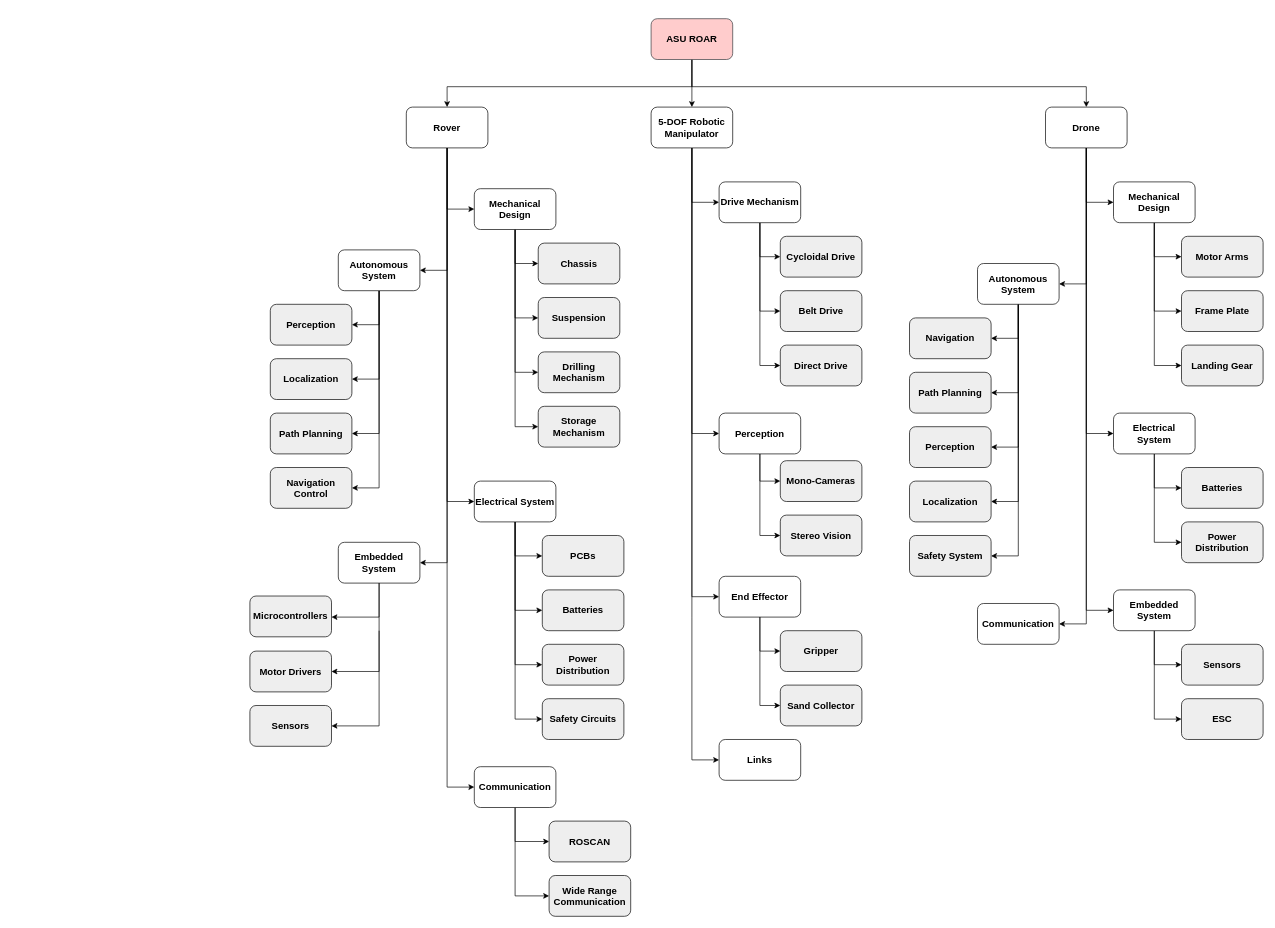
Above: product-tree.drawio in ASU-ROAR-Team/preliminary-report-diagrams (draw.io), before the change. Source tidied: cells renumbered, new cells numbered last; positions are measured from the earlier drawing's top-left corner, leaving out a move shared by most shapes. Both pictures are drawn from the tidied source at 68%, with x=0, y=0 at pixel (250, 18).
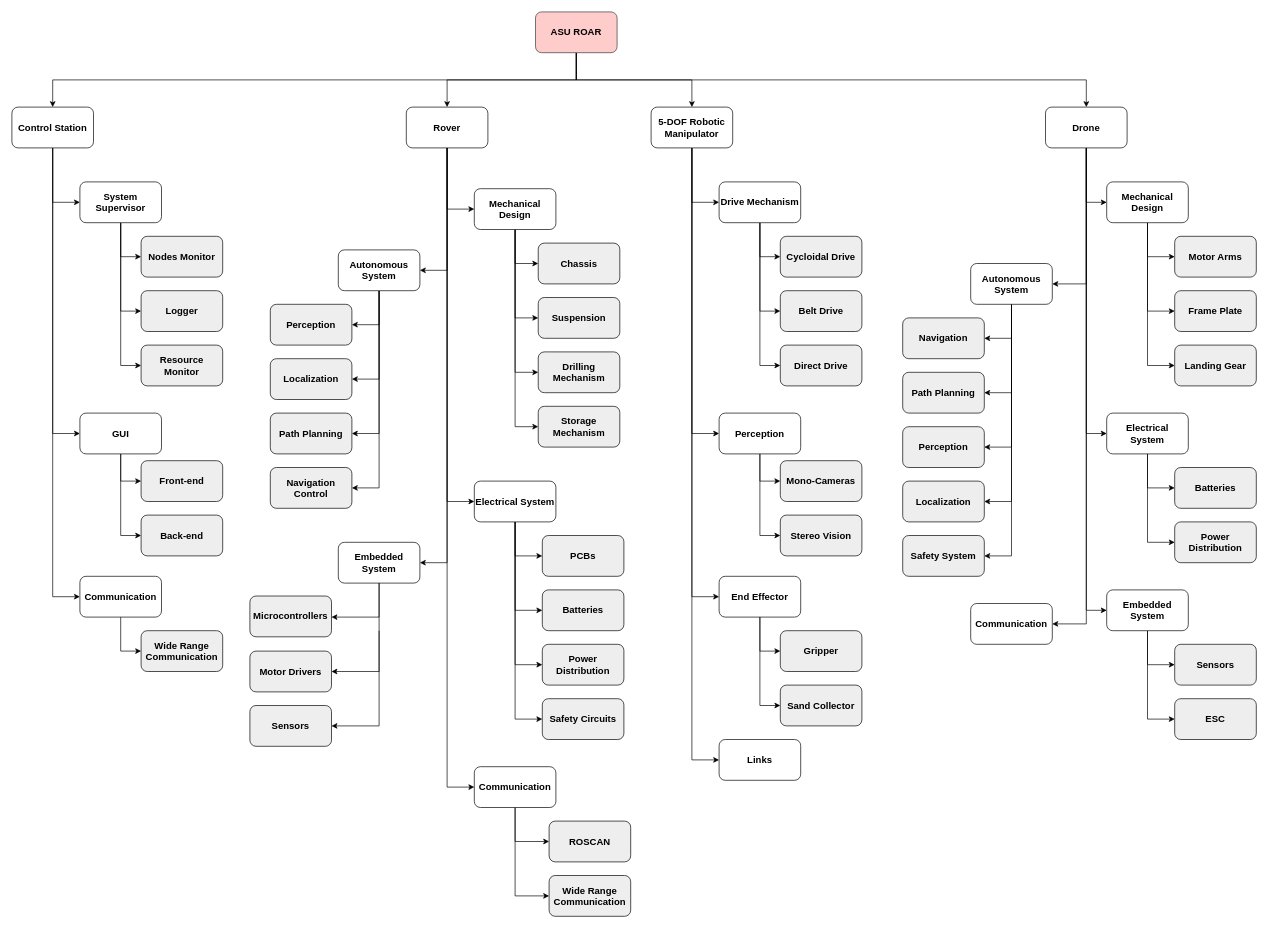
Above is the later version.

Commit message:
feat: add control station to product tree

The change refers to these unchanged cells:
```xml
<mxCell id="11" value="Rover" style="whiteSpace=wrap;html=1;rounded=1;fillColor=light-dark(#FFFFFF,#AD7777);fontStyle=1;fontSize=14;" parent="1" vertex="1">
  <mxGeometry x="230" y="130" width="120" height="60" as="geometry" />
</mxCell>
<mxCell id="16" value="5-DOF Robotic Manipulator" style="rounded=1;whiteSpace=wrap;html=1;fillColor=light-dark(#FFFFFF,#AD7777);fontStyle=1;fontSize=14;" parent="1" vertex="1">
  <mxGeometry x="590" y="130" width="120" height="60" as="geometry" />
</mxCell>
<mxCell id="22" value="Drone" style="rounded=1;whiteSpace=wrap;html=1;fillColor=light-dark(#FFFFFF,#AD7777);fontStyle=1;fontSize=14;" parent="1" vertex="1">
  <mxGeometry x="1170" y="130" width="120" height="60" as="geometry" />
</mxCell>
```

What changed in the source:
```diff
@@
+    <mxCell id="109" style="edgeStyle=orthogonalEdgeStyle;rounded=0;jettySize=auto;html=1;exitX=0.5;exitY=1;exitDx=0;exitDy=0;entryX=0.5;entryY=0;entryDx=0;entryDy=0;" parent="1" edge="1" source="5" target="114">
+      <mxGeometry relative="1" as="geometry" />
+    </mxCell>
-    <mxCell id="2" style="edgeStyle=orthogonalEdgeStyle;rounded=0;jettySize=auto;html=1;fontStyle=1;fontSize=14;fillColor=#eeeeee;strokeColor=light-dark(#000000,#F5F5F5);fontColor=light-dark(#000000,#000000);" parent="1" edge="1" source="5" target="11">
-      <mxGeometry relative="1" as="geometry">
-        <Array as="points">
-          <mxPoint x="650" y="100" />
-          <mxPoint x="290" y="100" />
-        </Array>
-      </mxGeometry>
+    <mxCell id="2" style="edgeStyle=orthogonalEdgeStyle;rounded=0;jettySize=auto;html=1;exitX=0.5;exitY=1;exitDx=0;exitDy=0;entryX=0.5;entryY=0;entryDx=0;entryDy=0;" parent="1" edge="1" source="5" target="11">
+      <mxGeometry relative="1" as="geometry" />
     </mxCell>
-    <mxCell id="3" style="edgeStyle=orthogonalEdgeStyle;rounded=0;jettySize=auto;html=1;fontStyle=1;fontSize=14;fillColor=#eeeeee;strokeColor=light-dark(#000000,#F5F5F5);fontColor=light-dark(#000000,#000000);" parent="1" edge="1" source="5" target="16">
-      <mxGeometry relative="1" as="geometry">
-        <Array as="points">
-          <mxPoint x="650" y="80" />
-          <mxPoint x="650" y="80" />
-        </Array>
-      </mxGeometry>
+    <mxCell id="3" style="edgeStyle=orthogonalEdgeStyle;rounded=0;jettySize=auto;html=1;exitX=0.5;exitY=1;exitDx=0;exitDy=0;entryX=0.5;entryY=0;entryDx=0;entryDy=0;" parent="1" edge="1" source="5" target="16">
+      <mxGeometry relative="1" as="geometry" />
     </mxCell>
-    <mxCell id="4" style="edgeStyle=orthogonalEdgeStyle;rounded=0;jettySize=auto;html=1;entryX=0.5;entryY=0;entryDx=0;entryDy=0;fontStyle=1;fontSize=14;fillColor=#eeeeee;strokeColor=light-dark(#000000,#F5F5F5);fontColor=light-dark(#000000,#000000);" parent="1" edge="1" target="22">
-      <mxGeometry relative="1" as="geometry">
-        <mxPoint x="650" y="60" as="sourcePoint" />
-        <Array as="points">
-          <mxPoint x="650" y="100" />
-          <mxPoint x="1230" y="100" />
-        </Array>
-      </mxGeometry>
-    </mxCell>
+    <mxCell id="110" style="edgeStyle=orthogonalEdgeStyle;rounded=0;jettySize=auto;html=1;exitX=0.5;exitY=1;exitDx=0;exitDy=0;entryX=0.5;entryY=0;entryDx=0;entryDy=0;" parent="1" edge="1" source="5" target="22">
+      <mxGeometry relative="1" as="geometry" />
+    </mxCell>
     <mxCell id="5" value="ASU ROAR" style="rounded=1;whiteSpace=wrap;html=1;fillColor=light-dark(#FFCCCC,#800000);strokeColor=#36393d;fontStyle=1;fontSize=14;" parent="1" vertex="1">
-      <mxGeometry x="590" width="120" height="60" as="geometry" />
+      <mxGeometry x="420" y="-10" width="120" height="60" as="geometry" />
     </mxCell>
@@
     <mxCell id="83" value="Mechanical Design" style="rounded=1;whiteSpace=wrap;html=1;fillColor=light-dark(#FFFFFF,#BABABA);fontStyle=1;fontSize=14;" parent="1" vertex="1">
-      <mxGeometry x="1270" y="240" width="120" height="60" as="geometry" />
+      <mxGeometry x="1260" y="240" width="120" height="60" as="geometry" />
     </mxCell>
@@
     <mxCell id="89" value="Autonomous System" style="rounded=1;whiteSpace=wrap;html=1;fillColor=light-dark(#FFFFFF,#BABABA);fontStyle=1;fontSize=14;" parent="1" vertex="1">
-      <mxGeometry x="1070" y="360" width="120" height="60" as="geometry" />
+      <mxGeometry x="1060" y="360" width="120" height="60" as="geometry" />
     </mxCell>
@@
     <mxCell id="92" value="Electrical&lt;div&gt;System&lt;/div&gt;" style="rounded=1;whiteSpace=wrap;html=1;fillColor=light-dark(#FFFFFF,#BABABA);fontStyle=1;fontSize=14;" parent="1" vertex="1">
-      <mxGeometry x="1270" y="580" width="120" height="60" as="geometry" />
+      <mxGeometry x="1260" y="580" width="120" height="60" as="geometry" />
     </mxCell>
     <mxCell id="93" value="Communication" style="rounded=1;whiteSpace=wrap;html=1;fillColor=light-dark(#FFFFFF,#BABABA);fontStyle=1;fontSize=14;" parent="1" vertex="1">
-      <mxGeometry x="1070" y="860" width="120" height="60" as="geometry" />
+      <mxGeometry x="1060" y="860" width="120" height="60" as="geometry" />
     </mxCell>
     <mxCell id="94" value="Motor Arms" style="rounded=1;whiteSpace=wrap;html=1;fontStyle=1;fontSize=14;fillColor=#eeeeee;strokeColor=light-dark(#000000,#F5F5F5);fontColor=light-dark(#000000,#000000);" parent="1" vertex="1">
-      <mxGeometry x="1370" y="320" width="120" height="60" as="geometry" />
+      <mxGeometry x="1360" y="320" width="120" height="60" as="geometry" />
     </mxCell>
     <mxCell id="95" value="Frame Plate" style="rounded=1;whiteSpace=wrap;html=1;fontStyle=1;fontSize=14;fillColor=#eeeeee;strokeColor=light-dark(#000000,#F5F5F5);fontColor=light-dark(#000000,#000000);" parent="1" vertex="1">
-      <mxGeometry x="1370" y="400" width="120" height="60" as="geometry" />
+      <mxGeometry x="1360" y="400" width="120" height="60" as="geometry" />
     </mxCell>
     <mxCell id="96" value="Landing Gear" style="rounded=1;whiteSpace=wrap;html=1;fontStyle=1;fontSize=14;fillColor=#eeeeee;strokeColor=light-dark(#000000,#F5F5F5);fontColor=light-dark(#000000,#000000);" parent="1" vertex="1">
-      <mxGeometry x="1370" y="480" width="120" height="60" as="geometry" />
+      <mxGeometry x="1360" y="480" width="120" height="60" as="geometry" />
     </mxCell>
     <mxCell id="97" value="Batteries" style="rounded=1;whiteSpace=wrap;html=1;fontStyle=1;fontSize=14;fillColor=#eeeeee;strokeColor=light-dark(#000000,#F5F5F5);fontColor=light-dark(#000000,#000000);" parent="1" vertex="1">
-      <mxGeometry x="1370" y="660" width="120" height="60" as="geometry" />
+      <mxGeometry x="1360" y="660" width="120" height="60" as="geometry" />
     </mxCell>
     <mxCell id="98" value="Power Distribution" style="rounded=1;whiteSpace=wrap;html=1;fontStyle=1;fontSize=14;fillColor=#eeeeee;strokeColor=light-dark(#000000,#F5F5F5);fontColor=light-dark(#000000,#000000);" parent="1" vertex="1">
-      <mxGeometry x="1370" y="740" width="120" height="60" as="geometry" />
+      <mxGeometry x="1360" y="740" width="120" height="60" as="geometry" />
     </mxCell>
@@
     <mxCell id="101" value="Embedded System" style="rounded=1;whiteSpace=wrap;html=1;fillColor=light-dark(#FFFFFF,#BABABA);fontStyle=1;fontSize=14;" parent="1" vertex="1">
-      <mxGeometry x="1270" y="840" width="120" height="60" as="geometry" />
+      <mxGeometry x="1260" y="840" width="120" height="60" as="geometry" />
     </mxCell>
     <mxCell id="102" value="Sensors" style="rounded=1;whiteSpace=wrap;html=1;fontStyle=1;fontSize=14;fillColor=#eeeeee;strokeColor=light-dark(#000000,#F5F5F5);fontColor=light-dark(#000000,#000000);" parent="1" vertex="1">
-      <mxGeometry x="1370" y="920" width="120" height="60" as="geometry" />
+      <mxGeometry x="1360" y="920" width="120" height="60" as="geometry" />
     </mxCell>
     <mxCell id="103" value="ESC" style="rounded=1;whiteSpace=wrap;html=1;fontStyle=1;fontSize=14;fillColor=#eeeeee;strokeColor=light-dark(#000000,#F5F5F5);fontColor=light-dark(#000000,#000000);" parent="1" vertex="1">
-      <mxGeometry x="1370" y="1000" width="120" height="60" as="geometry" />
+      <mxGeometry x="1360" y="1000" width="120" height="60" as="geometry" />
     </mxCell>
     <mxCell id="104" value="Navigation" style="rounded=1;whiteSpace=wrap;html=1;fontStyle=1;fontSize=14;fillColor=#eeeeee;strokeColor=light-dark(#000000,#F5F5F5);fontColor=light-dark(#000000,#000000);" parent="1" vertex="1">
-      <mxGeometry x="970" y="440" width="120" height="60" as="geometry" />
+      <mxGeometry x="960" y="440" width="120" height="60" as="geometry" />
     </mxCell>
     <mxCell id="105" value="Path Planning" style="rounded=1;whiteSpace=wrap;html=1;fontStyle=1;fontSize=14;fillColor=#eeeeee;strokeColor=light-dark(#000000,#F5F5F5);fontColor=light-dark(#000000,#000000);" parent="1" vertex="1">
-      <mxGeometry x="970" y="520" width="120" height="60" as="geometry" />
+      <mxGeometry x="960" y="520" width="120" height="60" as="geometry" />
     </mxCell>
     <mxCell id="106" value="Perception" style="rounded=1;whiteSpace=wrap;html=1;fontStyle=1;fontSize=14;fillColor=#eeeeee;strokeColor=light-dark(#000000,#F5F5F5);fontColor=light-dark(#000000,#000000);" parent="1" vertex="1">
-      <mxGeometry x="970" y="600" width="120" height="60" as="geometry" />
+      <mxGeometry x="960" y="600" width="120" height="60" as="geometry" />
     </mxCell>
     <mxCell id="107" value="Localization" style="rounded=1;whiteSpace=wrap;html=1;fontStyle=1;fontSize=14;fillColor=#eeeeee;strokeColor=light-dark(#000000,#F5F5F5);fontColor=light-dark(#000000,#000000);" parent="1" vertex="1">
-      <mxGeometry x="970" y="680" width="120" height="60" as="geometry" />
+      <mxGeometry x="960" y="680" width="120" height="60" as="geometry" />
     </mxCell>
     <mxCell id="108" value="Safety System" style="rounded=1;whiteSpace=wrap;html=1;fontStyle=1;fontSize=14;fillColor=#eeeeee;strokeColor=light-dark(#000000,#F5F5F5);fontColor=light-dark(#000000,#000000);" parent="1" vertex="1">
-      <mxGeometry x="970" y="760" width="120" height="60" as="geometry" />
+      <mxGeometry x="960" y="760" width="120" height="60" as="geometry" />
     </mxCell>
+    <mxCell id="111" style="edgeStyle=orthogonalEdgeStyle;rounded=0;jettySize=auto;html=1;fontStyle=1;fontSize=14;fillColor=#eeeeee;strokeColor=light-dark(#000000,#F5F5F5);fontColor=light-dark(#000000,#000000);" parent="1" edge="1" source="114" target="118">
+      <mxGeometry relative="1" as="geometry">
+        <Array as="points">
+          <mxPoint x="-290" y="270" />
+        </Array>
+      </mxGeometry>
+    </mxCell>
+    <mxCell id="112" style="edgeStyle=orthogonalEdgeStyle;rounded=0;jettySize=auto;html=1;fontStyle=1;fontSize=14;fillColor=#eeeeee;strokeColor=light-dark(#000000,#F5F5F5);fontColor=light-dark(#000000,#000000);" parent="1" edge="1" source="114" target="120">
+      <mxGeometry relative="1" as="geometry">
+        <Array as="points">
+          <mxPoint x="-290" y="850" />
+        </Array>
+      </mxGeometry>
+    </mxCell>
+    <mxCell id="113" style="edgeStyle=orthogonalEdgeStyle;rounded=0;jettySize=auto;html=1;fontStyle=1;fontSize=14;fillColor=#eeeeee;strokeColor=light-dark(#000000,#F5F5F5);fontColor=light-dark(#000000,#000000);" parent="1" edge="1" source="114" target="123">
+      <mxGeometry relative="1" as="geometry">
+        <Array as="points">
+          <mxPoint x="-290" y="610" />
+        </Array>
+      </mxGeometry>
+    </mxCell>
+    <mxCell id="114" value="Control Station" style="rounded=1;whiteSpace=wrap;html=1;fillColor=light-dark(#FFFFFF,#AD7777);fontStyle=1;fontSize=14;" parent="1" vertex="1">
+      <mxGeometry x="-350" y="130" width="120" height="60" as="geometry" />
+    </mxCell>
+    <mxCell id="115" style="edgeStyle=orthogonalEdgeStyle;rounded=0;jettySize=auto;html=1;fontStyle=1;fontSize=14;fillColor=#eeeeee;strokeColor=light-dark(#000000,#F5F5F5);fontColor=light-dark(#000000,#000000);" parent="1" edge="1" source="118" target="124">
+      <mxGeometry relative="1" as="geometry">
+        <Array as="points">
+          <mxPoint x="-190" y="430" />
+        </Array>
+      </mxGeometry>
+    </mxCell>
+    <mxCell id="116" style="edgeStyle=orthogonalEdgeStyle;rounded=0;jettySize=auto;html=1;fontStyle=1;fontSize=14;fillColor=#eeeeee;strokeColor=light-dark(#000000,#F5F5F5);fontColor=light-dark(#000000,#000000);" parent="1" edge="1" source="118" target="125">
+      <mxGeometry relative="1" as="geometry">
+        <Array as="points">
+          <mxPoint x="-190" y="510" />
+        </Array>
+      </mxGeometry>
+    </mxCell>
+    <mxCell id="117" style="edgeStyle=orthogonalEdgeStyle;rounded=0;jettySize=auto;html=1;fontStyle=1;fontSize=14;fillColor=#eeeeee;strokeColor=light-dark(#000000,#F5F5F5);fontColor=light-dark(#000000,#000000);" parent="1" edge="1" source="118" target="126">
+      <mxGeometry relative="1" as="geometry">
+        <Array as="points">
+          <mxPoint x="-190" y="350" />
+        </Array>
+      </mxGeometry>
+    </mxCell>
+    <mxCell id="118" value="System Supervisor" style="rounded=1;whiteSpace=wrap;html=1;fillColor=light-dark(#FFFFFF,#BABABA);fontStyle=1;fontSize=14;" parent="1" vertex="1">
+      <mxGeometry x="-250" y="240" width="120" height="60" as="geometry" />
+    </mxCell>
+    <mxCell id="119" style="edgeStyle=orthogonalEdgeStyle;rounded=0;jettySize=auto;html=1;fontStyle=1;fontSize=14;fillColor=#eeeeee;strokeColor=light-dark(#000000,#F5F5F5);fontColor=light-dark(#000000,#000000);" parent="1" edge="1" source="120" target="129">
+      <mxGeometry relative="1" as="geometry">
+        <Array as="points">
+          <mxPoint x="-190" y="930" />
+        </Array>
+      </mxGeometry>
+    </mxCell>
+    <mxCell id="120" value="Communication" style="rounded=1;whiteSpace=wrap;html=1;fillColor=light-dark(#FFFFFF,#BABABA);fontStyle=1;fontSize=14;" parent="1" vertex="1">
+      <mxGeometry x="-250" y="820" width="120" height="60" as="geometry" />
+    </mxCell>
+    <mxCell id="121" style="edgeStyle=orthogonalEdgeStyle;rounded=0;jettySize=auto;html=1;fontStyle=1;fontSize=14;fillColor=#eeeeee;strokeColor=light-dark(#000000,#F5F5F5);fontColor=light-dark(#000000,#000000);" parent="1" edge="1" source="123" target="127">
+      <mxGeometry relative="1" as="geometry">
+        <Array as="points">
+          <mxPoint x="-190" y="680" />
+        </Array>
+      </mxGeometry>
+    </mxCell>
+    <mxCell id="122" style="edgeStyle=orthogonalEdgeStyle;rounded=0;jettySize=auto;html=1;fontStyle=1;fontSize=14;fillColor=#eeeeee;strokeColor=light-dark(#000000,#F5F5F5);fontColor=light-dark(#000000,#000000);" parent="1" edge="1" source="123" target="128">
+      <mxGeometry relative="1" as="geometry">
+        <Array as="points">
+          <mxPoint x="-190" y="760" />
+        </Array>
+      </mxGeometry>
+    </mxCell>
+    <mxCell id="123" value="GUI" style="rounded=1;whiteSpace=wrap;html=1;strokeColor=light-dark(#000000,#BABABA);fillColor=light-dark(#FFFFFF,#BABABA);fontStyle=1;fontSize=14;" parent="1" vertex="1">
+      <mxGeometry x="-250" y="580" width="120" height="60" as="geometry" />
+    </mxCell>
+    <mxCell id="124" value="Logger" style="rounded=1;whiteSpace=wrap;html=1;fontStyle=1;fontSize=14;fillColor=#eeeeee;strokeColor=light-dark(#000000,#F5F5F5);fontColor=light-dark(#000000,#000000);" parent="1" vertex="1">
+      <mxGeometry x="-160" y="400" width="120" height="60" as="geometry" />
+    </mxCell>
+    <mxCell id="125" value="Resource Monitor" style="rounded=1;whiteSpace=wrap;html=1;fontStyle=1;fontSize=14;fillColor=#eeeeee;strokeColor=light-dark(#000000,#F5F5F5);fontColor=light-dark(#000000,#000000);" parent="1" vertex="1">
+      <mxGeometry x="-160" y="480" width="120" height="60" as="geometry" />
+    </mxCell>
+    <mxCell id="126" value="Nodes Monitor" style="rounded=1;whiteSpace=wrap;html=1;fontStyle=1;fontSize=14;fillColor=#eeeeee;strokeColor=light-dark(#000000,#F5F5F5);fontColor=light-dark(#000000,#000000);" parent="1" vertex="1">
+      <mxGeometry x="-160" y="320" width="120" height="60" as="geometry" />
+    </mxCell>
+    <mxCell id="127" value="Front-end" style="rounded=1;whiteSpace=wrap;html=1;fontStyle=1;fontSize=14;fillColor=#eeeeee;strokeColor=light-dark(#000000,#F5F5F5);fontColor=light-dark(#000000,#000000);" parent="1" vertex="1">
+      <mxGeometry x="-160" y="650" width="120" height="60" as="geometry" />
+    </mxCell>
+    <mxCell id="128" value="Back-end" style="rounded=1;whiteSpace=wrap;html=1;fontStyle=1;fontSize=14;fillColor=#eeeeee;strokeColor=light-dark(#000000,#F5F5F5);fontColor=light-dark(#000000,#000000);" parent="1" vertex="1">
+      <mxGeometry x="-160" y="730" width="120" height="60" as="geometry" />
+    </mxCell>
+    <mxCell id="129" value="Wide Range Communication" style="rounded=1;whiteSpace=wrap;html=1;fontStyle=1;fontSize=14;fillColor=#eeeeee;strokeColor=light-dark(#000000,#F5F5F5);fontColor=light-dark(#000000,#000000);" parent="1" vertex="1">
+      <mxGeometry x="-160" y="900" width="120" height="60" as="geometry" />
+    </mxCell>
```
